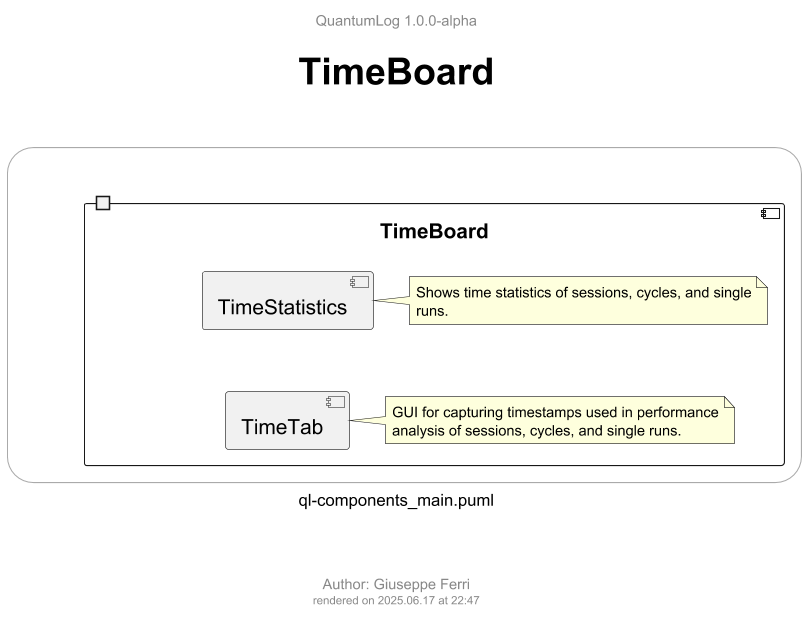
Above: out/ql-diagram/ql-components_main_timeboard.png in JoeFerri/QuantumLog (PlantUML), before the change.
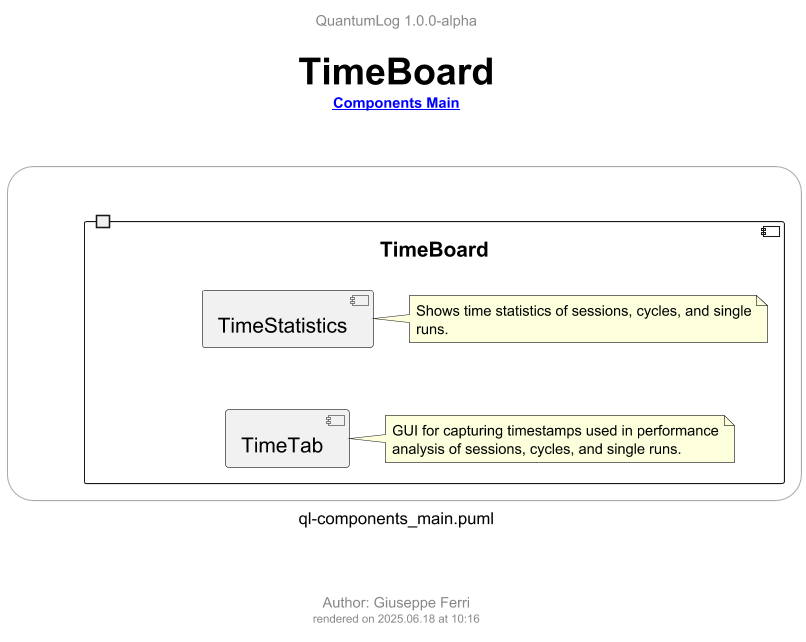
After the change.

Change to the diagram source:
```diff
@@ -1,5 +1,6 @@
 @startuml ql-components_main_timeboard
 !$title = "TimeBoard"
+!$rootLink = "[[ql-components_main.png {go to Components Main diagram} Components Main]]"
 !$author = "Giuseppe Ferri"
 
 !include templates/ql-template-main.iuml
```
